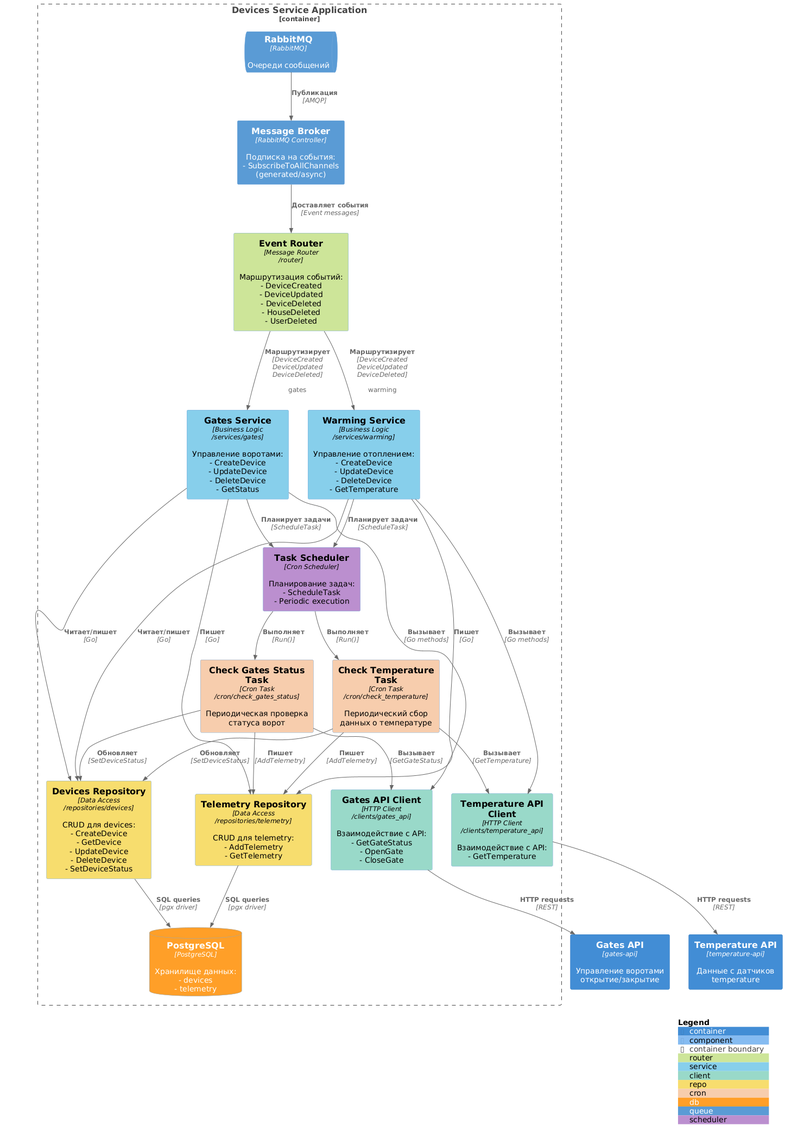
kalach77rus/warmhouse keeps this PlantUML diagram as diagrams/microservices/c4_code/devices_component_diagram.png. Above is the earlier version.
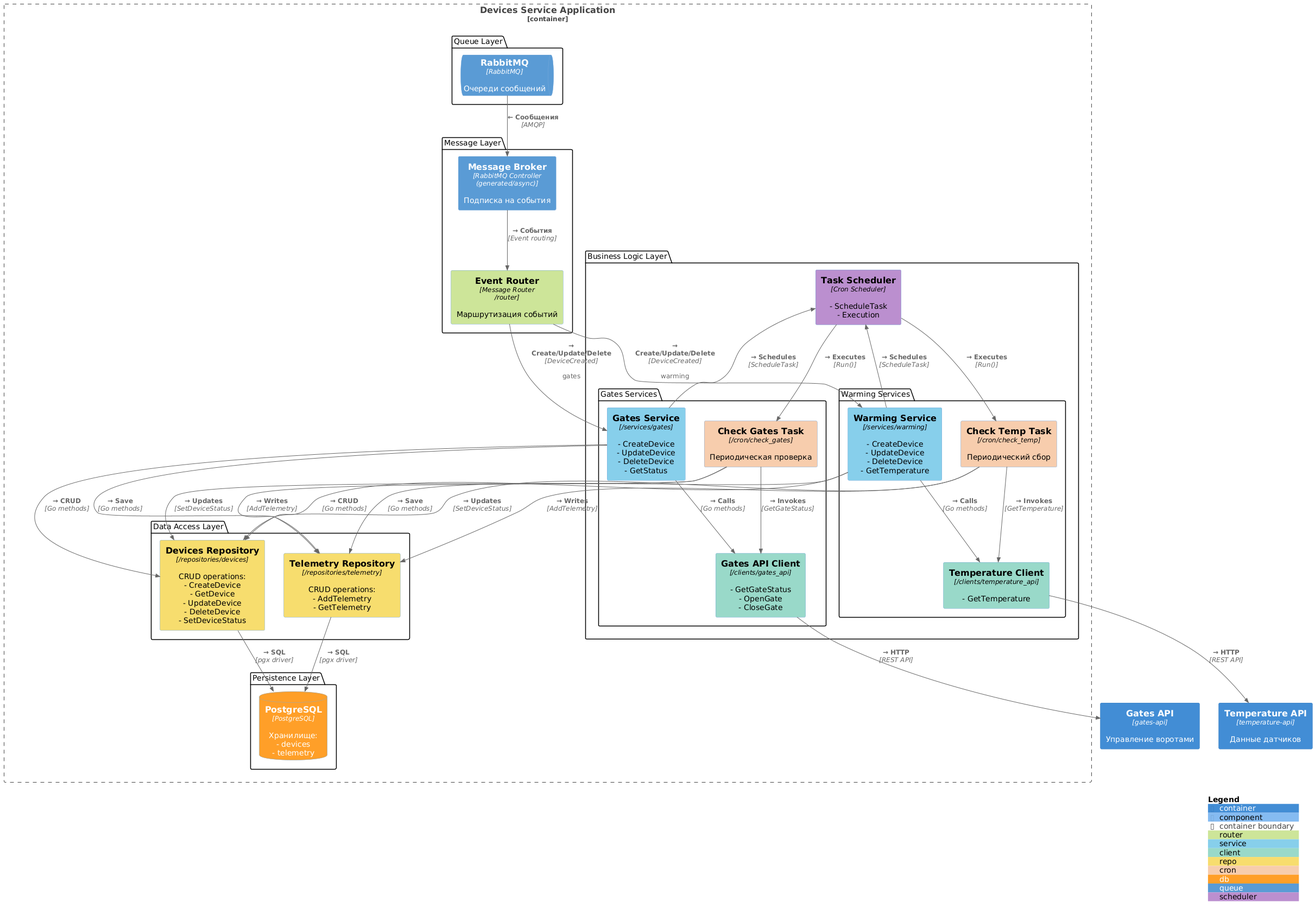
The same file after the commit.

Diff of the diagram source:
```diff
@@ -11,63 +11,77 @@
 AddElementTag("scheduler", $bgColor="#bb8fce", $fontColor="#000000")
 
 Container_Boundary(devices, "Devices Service Application") {
-    Component(broker, "Message Broker", "RabbitMQ Controller", "Подписка на события:\n- SubscribeToAllChannels\n(generated/async)", $tags="queue")
 
-    Component(router, "Event Router", "Message Router\n/router", "Маршрутизация событий:\n- DeviceCreated\n- DeviceUpdated\n- DeviceDeleted\n- HouseDeleted\n- UserDeleted", $tags="router")
+    package "Message Layer" {
+        Component(broker, "Message Broker", "RabbitMQ Controller\n(generated/async)", "Подписка на события", $tags="queue")
+        Component(router, "Event Router", "Message Router\n/router", "Маршрутизация событий", $tags="router")
+    }
 
-    Component(gates_service, "Gates Service", "Business Logic\n/services/gates", "Управление воротами:\n- CreateDevice\n- UpdateDevice\n- DeleteDevice\n- GetStatus", $tags="service")
-    Component(gates_client, "Gates API Client", "HTTP Client\n/clients/gates_api", "Взаимодействие с API:\n- GetGateStatus\n- OpenGate\n- CloseGate", $tags="client")
-    Component(gates_task, "Check Gates Status Task", "Cron Task\n/cron/check_gates_status", "Периодическая проверка\nстатуса ворот", $tags="cron")
+    package "Business Logic Layer" {
+        package "Gates Services" {
+            Component(gates_service, "Gates Service", "/services/gates", "- CreateDevice\n- UpdateDevice\n- DeleteDevice\n- GetStatus", $tags="service")
+            Component(gates_client, "Gates API Client", "/clients/gates_api", "- GetGateStatus\n- OpenGate\n- CloseGate", $tags="client")
+            Component(gates_task, "Check Gates Task", "/cron/check_gates", "Периодическая проверка", $tags="cron")
+        }
 
-    Component(warming_service, "Warming Service", "Business Logic\n/services/warming", "Управление отоплением:\n- CreateDevice\n- UpdateDevice\n- DeleteDevice\n- GetTemperature", $tags="service")
-    Component(temp_client, "Temperature API Client", "HTTP Client\n/clients/temperature_api", "Взаимодействие с API:\n- GetTemperature", $tags="client")
-    Component(temp_task, "Check Temperature Task", "Cron Task\n/cron/check_temperature", "Периодический сбор\nданных о температуре", $tags="cron")
+        package "Warming Services" {
+            Component(warming_service, "Warming Service", "/services/warming", "- CreateDevice\n- UpdateDevice\n- DeleteDevice\n- GetTemperature", $tags="service")
+            Component(temp_client, "Temperature Client", "/clients/temperature_api", "- GetTemperature", $tags="client")
+            Component(temp_task, "Check Temp Task", "/cron/check_temp", "Периодический сбор", $tags="cron")
+        }
 
-    Component(devices_repo, "Devices Repository", "Data Access\n/repositories/devices", "CRUD для devices:\n- CreateDevice\n- GetDevice\n- UpdateDevice\n- DeleteDevice\n- SetDeviceStatus", $tags="repo")
-    Component(telemetry_repo, "Telemetry Repository", "Data Access\n/repositories/telemetry", "CRUD для telemetry:\n- AddTelemetry\n- GetTelemetry", $tags="repo")
+        Component(scheduler, "Task Scheduler", "Cron Scheduler", "- ScheduleTask\n- Execution", $tags="scheduler")
+    }
 
-    Component(scheduler, "Task Scheduler", "Cron Scheduler", "Планирование задач:\n- ScheduleTask\n- Periodic execution", $tags="scheduler")
+    package "Data Access Layer" {
+        Component(devices_repo, "Devices Repository", "/repositories/devices", "CRUD operations:\n- CreateDevice\n- GetDevice\n- UpdateDevice\n- DeleteDevice\n- SetDeviceStatus", $tags="repo")
+        Component(telemetry_repo, "Telemetry Repository", "/repositories/telemetry", "CRUD operations:\n- AddTelemetry\n- GetTelemetry", $tags="repo")
+    }
 
-    ComponentDb(database, "PostgreSQL", "PostgreSQL", "Хранилище данных:\n- devices\n- telemetry", $tags="db")
-    ComponentQueue(rabbitmq, "RabbitMQ", "RabbitMQ", "Очереди сообщений", $tags="queue")
+    package "Persistence Layer" {
+        ComponentDb(database, "PostgreSQL", "PostgreSQL", "Хранилище:\n- devices\n- telemetry", $tags="db")
+    }
+
+    package "Queue Layer" {
+        ComponentQueue(rabbitmq, "RabbitMQ", "RabbitMQ", "Очереди сообщений", $tags="queue")
+    }
 }
 
-Container(gates_api, "Gates API", "gates-api", "Управление воротами\nоткрытие/закрытие")
-Container(temp_api, "Temperature API", "temperature-api", "Данные с датчиков\ntemperature")
+Container(gates_api, "Gates API", "gates-api", "Управление воротами")
+Container(temp_api, "Temperature API", "temperature-api", "Данные датчиков")
 
-Rel(broker, router, "Доставляет события", "Event messages")
-Rel(rabbitmq, broker, "Публикация", "AMQP")
+Rel(rabbitmq, broker, "← Сообщения", "AMQP")
+Rel(broker, router, "→ События", "Event routing")
 
-Rel(router, gates_service, "Маршрутизирует", "DeviceCreated\nDeviceUpdated\nDeviceDeleted", "gates")
-Rel(router, warming_service, "Маршрутизирует", "DeviceCreated\nDeviceUpdated\nDeviceDeleted", "warming")
+Rel(router, gates_service, "→ Create/Update/Delete", "DeviceCreated", "gates")
+Rel(router, warming_service, "→ Create/Update/Delete", "DeviceCreated", "warming")
 
-Rel(gates_service, gates_client, "Вызывает", "Go methods")
-Rel(warming_service, temp_client, "Вызывает", "Go methods")
+Rel(gates_service, gates_client, "→ Calls", "Go methods")
+Rel(warming_service, temp_client, "→ Calls", "Go methods")
 
-Rel(gates_service, devices_repo, "Читает/пишет", "Go")
-Rel(warming_service, devices_repo, "Читает/пишет", "Go")
-Rel(gates_service, telemetry_repo, "Пишет", "Go")
-Rel(warming_service, telemetry_repo, "Пишет", "Go")
+Rel(gates_service, devices_repo, "→ CRUD", "Go methods")
+Rel(warming_service, devices_repo, "→ CRUD", "Go methods")
+Rel(gates_service, telemetry_repo, "→ Save", "Go methods")
+Rel(warming_service, telemetry_repo, "→ Save", "Go methods")
 
-Rel(gates_service, scheduler, "Планирует задачи", "ScheduleTask")
-Rel(warming_service, scheduler, "Планирует задачи", "ScheduleTask")
+Rel(scheduler, gates_task, "→ Executes", "Run()")
+Rel(scheduler, temp_task, "→ Executes", "Run()")
+Rel(gates_service, scheduler, "→ Schedules", "ScheduleTask")
+Rel(warming_service, scheduler, "→ Schedules", "ScheduleTask")
 
-Rel(scheduler, gates_task, "Выполняет", "Run()")
-Rel(scheduler, temp_task, "Выполняет", "Run()")
+Rel(gates_task, gates_client, "→ Invokes", "GetGateStatus")
+Rel(temp_task, temp_client, "→ Invokes", "GetTemperature")
 
-Rel(gates_task, gates_client, "Вызывает", "GetGateStatus")
-Rel(temp_task, temp_client, "Вызывает", "GetTemperature")
+Rel(gates_task, devices_repo, "→ Updates", "SetDeviceStatus")
+Rel(temp_task, devices_repo, "→ Updates", "SetDeviceStatus")
+Rel(gates_task, telemetry_repo, "→ Writes", "AddTelemetry")
+Rel(temp_task, telemetry_repo, "→ Writes", "AddTelemetry")
 
-Rel(gates_task, devices_repo, "Обновляет", "SetDeviceStatus")
-Rel(temp_task, devices_repo, "Обновляет", "SetDeviceStatus")
-Rel(gates_task, telemetry_repo, "Пишет", "AddTelemetry")
-Rel(temp_task, telemetry_repo, "Пишет", "AddTelemetry")
+Rel(gates_client, gates_api, "→ HTTP", "REST API")
+Rel(temp_client, temp_api, "→ HTTP", "REST API")
 
-Rel(gates_client, gates_api, "HTTP requests", "REST")
-Rel(temp_client, temp_api, "HTTP requests", "REST")
-
-Rel(devices_repo, database, "SQL queries", "pgx driver")
-Rel(telemetry_repo, database, "SQL queries", "pgx driver")
+Rel(devices_repo, database, "→ SQL", "pgx driver")
+Rel(telemetry_repo, database, "→ SQL", "pgx driver")
 
 SHOW_LEGEND()
 @enduml
```
